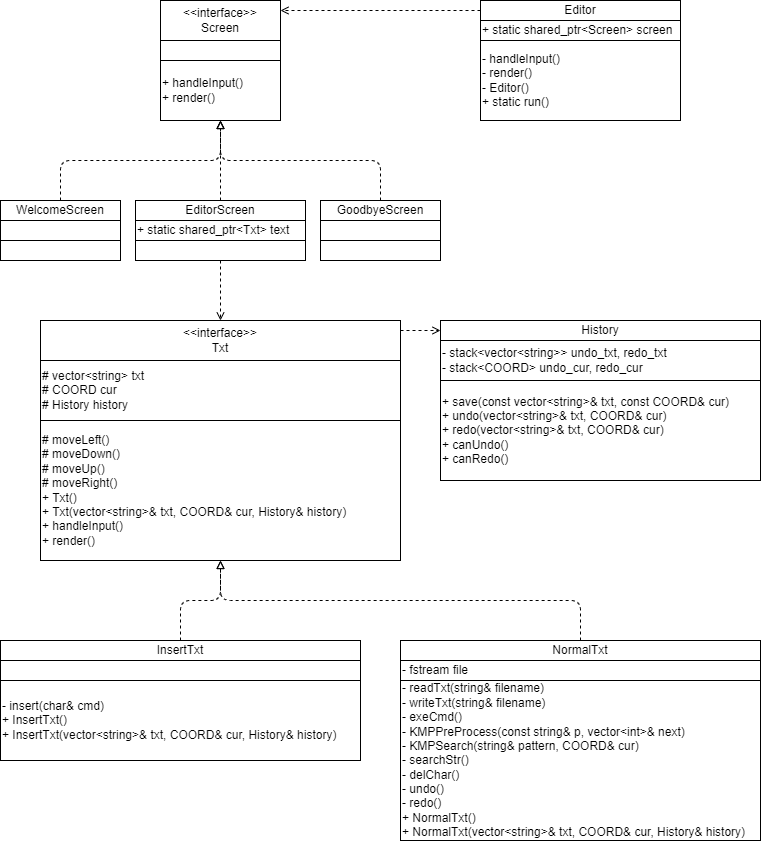
Earlier version of the draw.io export assets/UML.png (lyj-fdu/FDVIM). Source tidied: cells renumbered, new cells last; positions are measured from the earlier drawing's top-left corner, leaving out a move shared by most shapes.
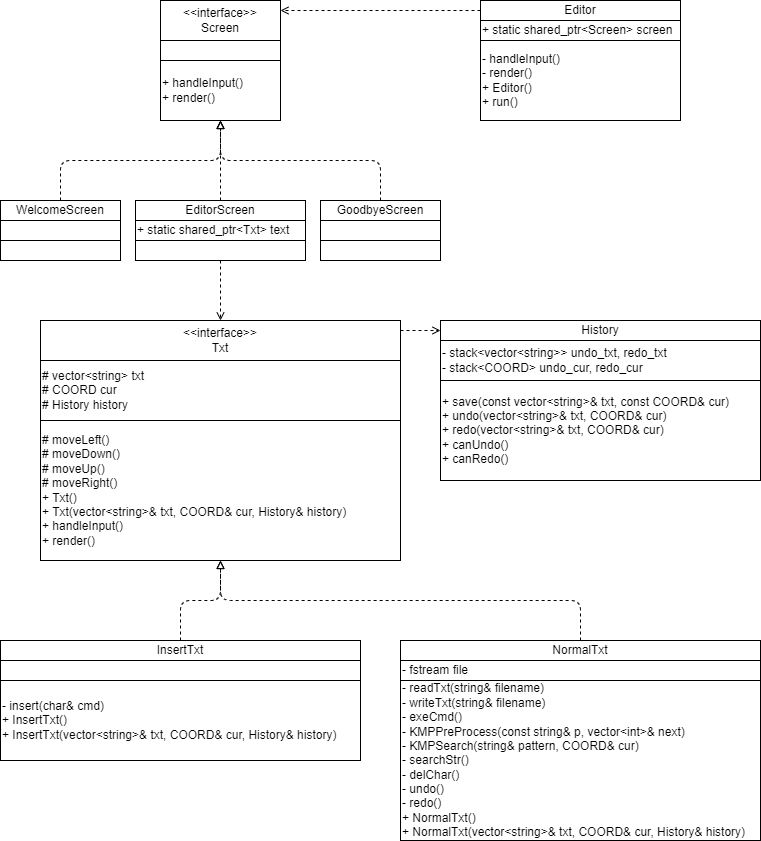
Later version of the same file.

Commit message:
update Editor to Facade DP

Change to the diagram source:
```diff
@@ -42,7 +42,7 @@
     <mxCell id="11" style="edgeStyle=none;html=1;exitX=0;exitY=0.5;exitDx=0;exitDy=0;entryX=1;entryY=0.25;entryDx=0;entryDy=0;endArrow=open;endFill=0;dashed=1;" parent="1" edge="1" source="10" target="2">
       <mxGeometry relative="1" as="geometry" />
     </mxCell>
-    <mxCell id="12" value="&lt;div&gt;&lt;span style=&quot;background-color: initial;&quot;&gt;- handleInput()&lt;/span&gt;&lt;br&gt;&lt;/div&gt;&lt;div style=&quot;&quot;&gt;&lt;span style=&quot;background-color: initial;&quot;&gt;- render()&lt;/span&gt;&lt;/div&gt;&lt;div style=&quot;&quot;&gt;- Editor()&lt;span style=&quot;background-color: initial;&quot;&gt;&lt;br&gt;&lt;/span&gt;&lt;/div&gt;&lt;div style=&quot;&quot;&gt;&lt;span style=&quot;background-color: initial;&quot;&gt;+ static run()&lt;/span&gt;&lt;/div&gt;" style="rounded=0;whiteSpace=wrap;html=1;align=left;" parent="1" vertex="1">
+    <mxCell id="12" value="&lt;div&gt;&lt;span style=&quot;background-color: initial;&quot;&gt;- handleInput()&lt;/span&gt;&lt;br&gt;&lt;/div&gt;&lt;div style=&quot;&quot;&gt;&lt;span style=&quot;background-color: initial;&quot;&gt;- render()&lt;/span&gt;&lt;/div&gt;&lt;div style=&quot;&quot;&gt;+ Editor()&lt;span style=&quot;background-color: initial;&quot;&gt;&lt;br&gt;&lt;/span&gt;&lt;/div&gt;&lt;div style=&quot;&quot;&gt;&lt;span style=&quot;background-color: initial;&quot;&gt;+ run()&lt;/span&gt;&lt;/div&gt;" style="rounded=0;whiteSpace=wrap;html=1;align=left;" parent="1" vertex="1">
       <mxGeometry x="480" y="40" width="200" height="80" as="geometry" />
     </mxCell>
     <mxCell id="13" value="+ static shared_ptr&amp;lt;Screen&amp;gt; screen" style="rounded=0;whiteSpace=wrap;html=1;align=left;" parent="1" vertex="1">
```
